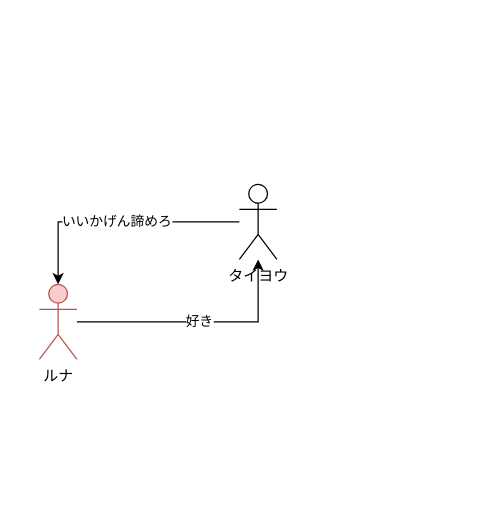
This is relation.drawio from stakiran/isemuge, a draw.io file, before an edit. Source tidied: cells renumbered, new cells numbered last; positions are measured from the earlier drawing's top-left corner, leaving out a move shared by most shapes. Both pictures are drawn from the tidied source at 125%, with x=0, y=0 at pixel (39, 184).
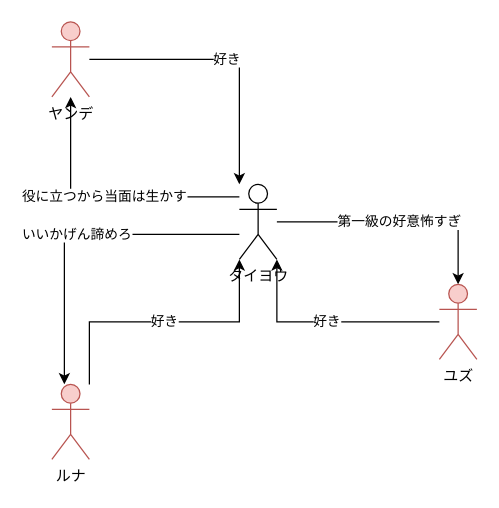
The same diagram, later.

Commit message:
add draw.ioにキャラクター相関図書くポテンシャルがあるか調査中...

Change to the diagram source:
```diff
@@
 <mxGraphModel>
   <root>
     <mxCell id="0" />
     <mxCell id="1" parent="0" />
     <mxCell id="2" value="好き" style="edgeStyle=orthogonalEdgeStyle;rounded=0;jettySize=auto;html=1;" parent="1" edge="1" source="3" target="5">
-      <mxGeometry relative="1" as="geometry" />
+      <mxGeometry relative="1" as="geometry">
+        <Array as="points">
+          <mxPoint x="40" y="110" />
+          <mxPoint x="160" y="110" />
+        </Array>
+      </mxGeometry>
     </mxCell>
     <mxCell id="3" value="ルナ" style="shape=umlActor;verticalLabelPosition=bottom;verticalAlign=top;html=1;outlineConnect=0;fillColor=#f8cecc;strokeColor=#b85450;" parent="1" vertex="1">
-      <mxGeometry y="80" width="30" height="60" as="geometry" />
+      <mxGeometry x="10" y="160" width="30" height="60" as="geometry" />
     </mxCell>
     <mxCell id="4" value="いいかげん諦めろ" style="edgeStyle=orthogonalEdgeStyle;rounded=0;jettySize=auto;html=1;" parent="1" edge="1" source="5" target="3">
-      <mxGeometry relative="1" as="geometry" />
+      <mxGeometry relative="1" as="geometry">
+        <Array as="points">
+          <mxPoint x="20" y="40" />
+        </Array>
+      </mxGeometry>
     </mxCell>
+    <mxCell id="6" value="第一級の好意怖すぎ" style="edgeStyle=orthogonalEdgeStyle;rounded=0;jettySize=auto;html=1;" parent="1" edge="1" source="5" target="9">
+      <mxGeometry relative="1" as="geometry" />
+    </mxCell>
+    <mxCell id="7" value="役に立つから当面は生かす" style="edgeStyle=orthogonalEdgeStyle;rounded=0;jettySize=auto;html=1;" parent="1" edge="1" source="5" target="11">
+      <mxGeometry relative="1" as="geometry">
+        <Array as="points">
+          <mxPoint x="25" y="10" />
+        </Array>
+      </mxGeometry>
+    </mxCell>
     <mxCell id="5" value="タイヨウ" style="shape=umlActor;verticalLabelPosition=bottom;verticalAlign=top;html=1;outlineConnect=0;" parent="1" vertex="1">
       <mxGeometry x="160" width="30" height="60" as="geometry" />
     </mxCell>
+    <mxCell id="8" value="好き" style="edgeStyle=orthogonalEdgeStyle;rounded=0;jettySize=auto;html=1;" parent="1" edge="1" source="9" target="5">
+      <mxGeometry relative="1" as="geometry">
+        <Array as="points">
+          <mxPoint x="190" y="110" />
+        </Array>
+      </mxGeometry>
+    </mxCell>
+    <mxCell id="9" value="ユズ" style="shape=umlActor;verticalLabelPosition=bottom;verticalAlign=top;html=1;outlineConnect=0;fillColor=#f8cecc;strokeColor=#b85450;" parent="1" vertex="1">
+      <mxGeometry x="320" y="80" width="30" height="60" as="geometry" />
+    </mxCell>
+    <mxCell id="10" value="好き" style="edgeStyle=orthogonalEdgeStyle;rounded=0;jettySize=auto;html=1;" parent="1" edge="1" source="11" target="5">
+      <mxGeometry relative="1" as="geometry">
+        <Array as="points">
+          <mxPoint x="160" y="-100" />
+        </Array>
+      </mxGeometry>
+    </mxCell>
+    <mxCell id="11" value="ヤンデ" style="shape=umlActor;verticalLabelPosition=bottom;verticalAlign=top;html=1;outlineConnect=0;fillColor=#f8cecc;strokeColor=#b85450;" parent="1" vertex="1">
+      <mxGeometry x="10" y="-130" width="30" height="60" as="geometry" />
+    </mxCell>
   </root>
 </mxGraphModel>
```
